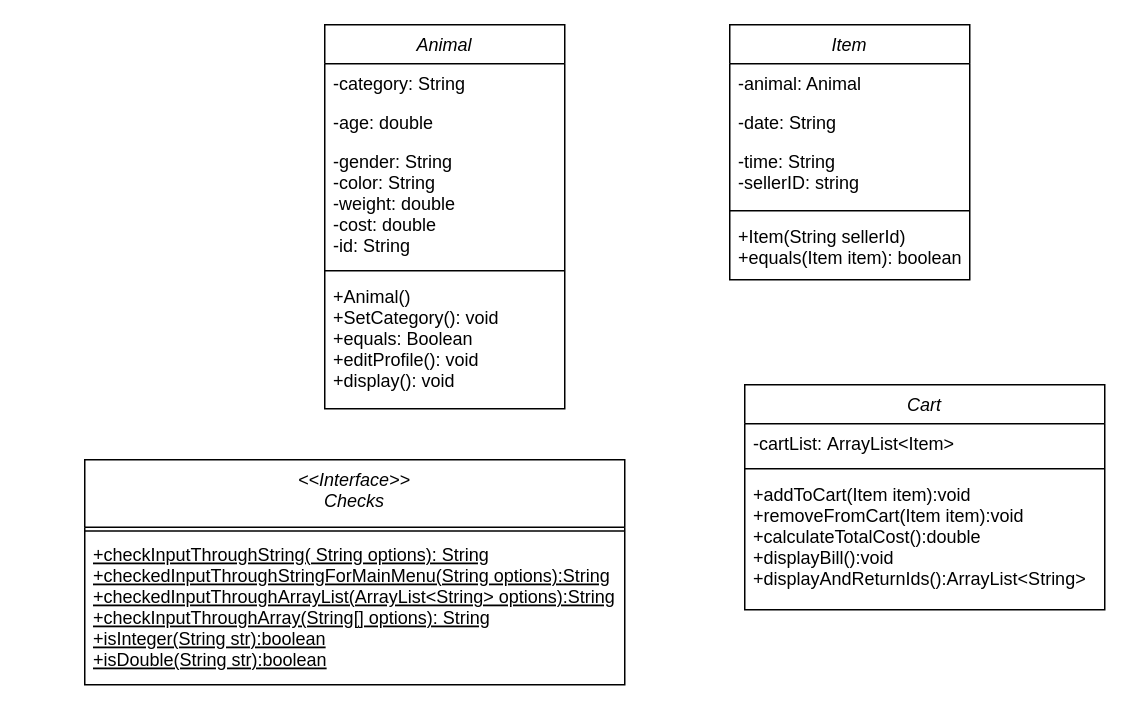
This is Diagram/ Analys_reflektion.drawio from GitoPot/Analys_reflektion, a draw.io file, before an edit. Source tidied: cells renumbered, new cells numbered last; positions are measured from the earlier drawing's top-left corner, leaving out a move shared by most shapes. Both pictures are drawn from the tidied source at 150%, with x=0, y=0 at pixel (84, 24).
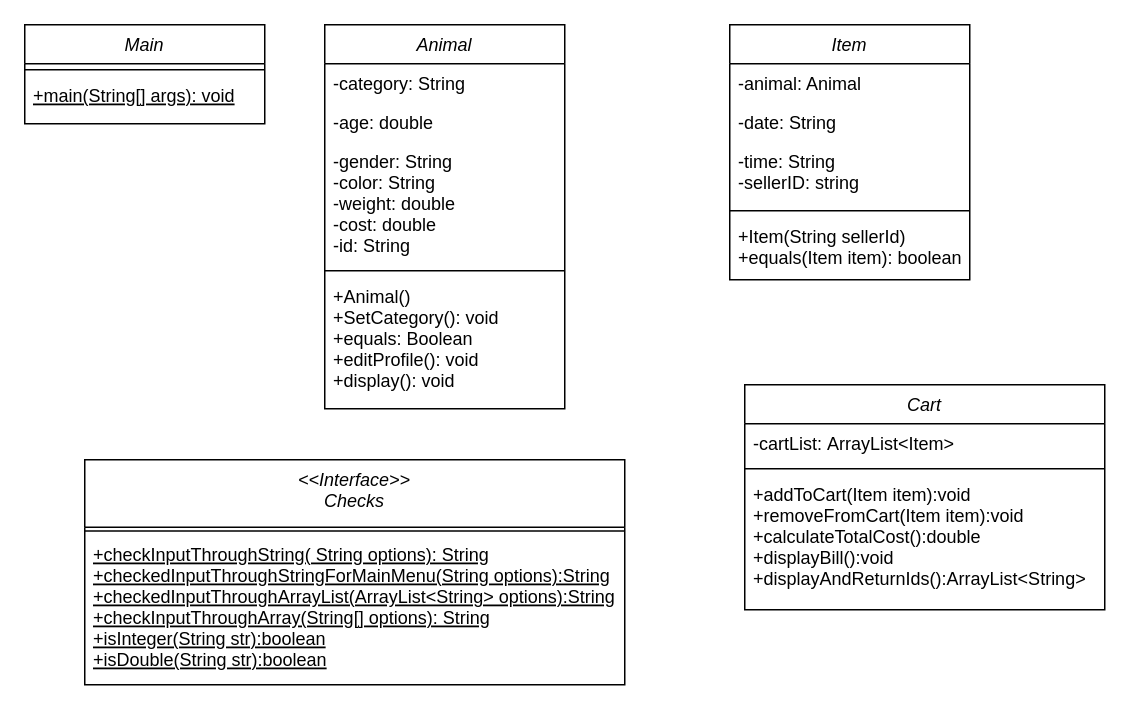
Above is the later version.

Change to the diagram source:
```diff
@@
+    <mxCell id="21" value="Main" style="swimlane;fontStyle=2;align=center;verticalAlign=top;horizontal=1;startSize=26;rounded=0;shadow=0;strokeWidth=1;labelBackgroundColor=default;" parent="1" vertex="1">
+      <mxGeometry x="-40" width="160" height="66" as="geometry" />
+    </mxCell>
+    <mxCell id="22" style="line;html=1;strokeWidth=1;align=left;verticalAlign=middle;spacingTop=-1;spacingLeft=3;spacingRight=3;labelPosition=right;" parent="21" vertex="1">
+      <mxGeometry y="26" width="160" height="8" as="geometry" />
+    </mxCell>
+    <mxCell id="23" value="+main(String[] args): void&#10;&#10;" style="text;align=left;verticalAlign=top;spacingLeft=4;spacingRight=4;overflow=hidden;fontStyle=4;" parent="21" vertex="1">
+      <mxGeometry y="34" width="160" height="32" as="geometry" />
+    </mxCell>
```
